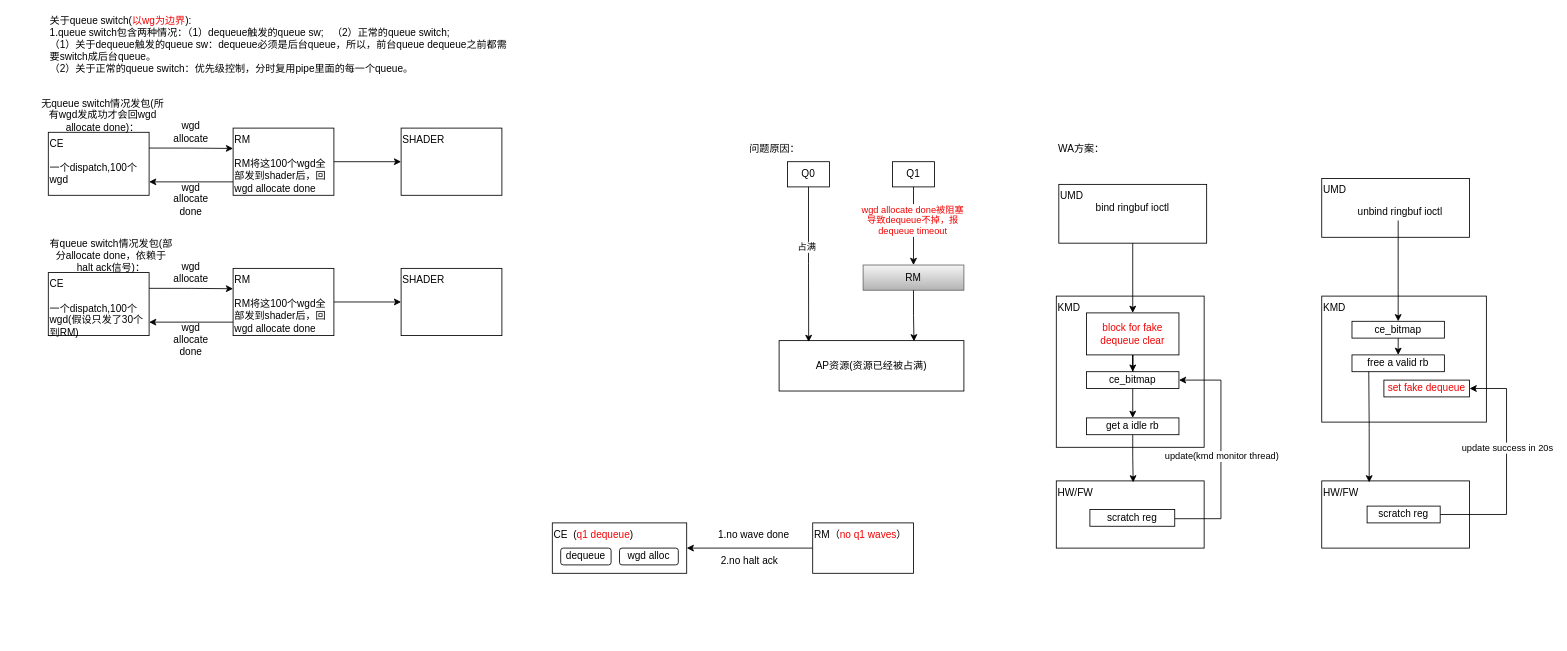
Earlier version of the draw.io diagram FAKE DEQUEUE.drawio (denglin12315/drawio_repo). Source tidied: cells renumbered, new cells numbered last; positions are measured from the earlier drawing's top-left corner, leaving out a move shared by most shapes. Both pictures are drawn from the tidied source at 84%, with x=0, y=0 at pixel (39, 44).
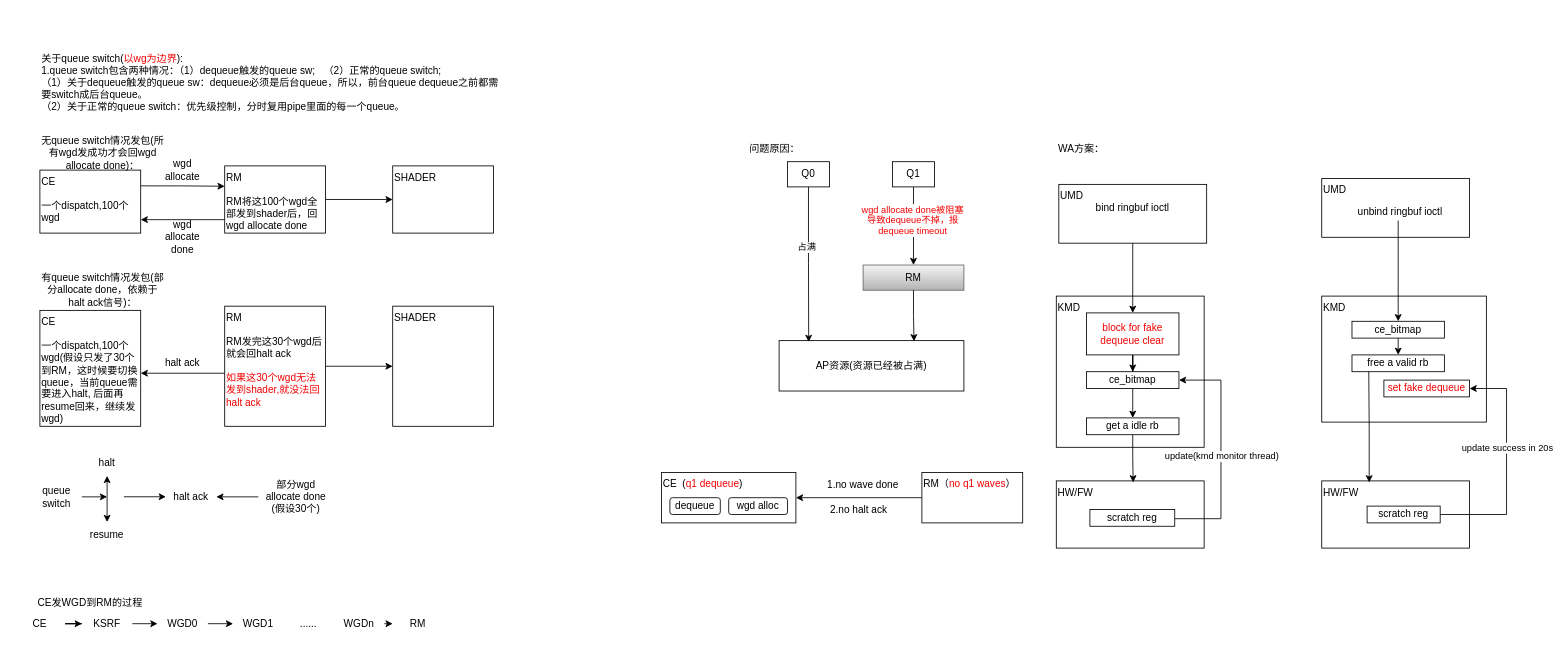
Above is the later version.

Change to the diagram source:
```diff
@@
     <mxCell id="37" value="CE&amp;nbsp; (&lt;font style=&quot;color: rgb(242, 2, 2);&quot;&gt;q1 dequeue&lt;/font&gt;)" style="rounded=0;whiteSpace=wrap;html=1;verticalAlign=top;align=left;" parent="1" vertex="1">
-      <mxGeometry x="610" y="570" width="160" height="60" as="geometry" />
+      <mxGeometry x="740" y="510" width="160" height="60" as="geometry" />
     </mxCell>
@@
     <mxCell id="39" value="RM（&lt;font style=&quot;color: rgb(242, 2, 2);&quot;&gt;no q1 waves&lt;/font&gt;）" style="rounded=0;whiteSpace=wrap;html=1;verticalAlign=top;align=left;" parent="1" vertex="1">
-      <mxGeometry x="920" y="570" width="120" height="60" as="geometry" />
+      <mxGeometry x="1050" y="510" width="120" height="60" as="geometry" />
     </mxCell>
     <mxCell id="40" value="wgd alloc" style="rounded=1;whiteSpace=wrap;html=1;" parent="1" vertex="1">
-      <mxGeometry x="690" y="600" width="70" height="20" as="geometry" />
+      <mxGeometry x="820" y="540" width="70" height="20" as="geometry" />
     </mxCell>
     <mxCell id="41" value="dequeue" style="rounded=1;whiteSpace=wrap;html=1;" parent="1" vertex="1">
-      <mxGeometry x="620" y="600" width="60" height="20" as="geometry" />
+      <mxGeometry x="750" y="540" width="60" height="20" as="geometry" />
     </mxCell>
     <mxCell id="42" value="1.no wave done" style="text;html=1;align=center;verticalAlign=middle;whiteSpace=wrap;rounded=0;" parent="1" vertex="1">
-      <mxGeometry x="800" y="570" width="100" height="30" as="geometry" />
+      <mxGeometry x="930" y="510" width="100" height="30" as="geometry" />
     </mxCell>
     <mxCell id="43" value="2.no halt ack" style="text;html=1;align=center;verticalAlign=middle;whiteSpace=wrap;rounded=0;" parent="1" vertex="1">
-      <mxGeometry x="800" y="600" width="90" height="30" as="geometry" />
+      <mxGeometry x="930" y="540" width="90" height="30" as="geometry" />
     </mxCell>
@@
     <mxCell id="48" value="CE&lt;div&gt;&lt;br&gt;&lt;/div&gt;&lt;div&gt;一个dispatch,100个wgd&lt;/div&gt;" style="rounded=0;whiteSpace=wrap;html=1;align=left;verticalAlign=top;" parent="1" vertex="1">
-      <mxGeometry x="10" y="105" width="120" height="75" as="geometry" />
+      <mxGeometry y="150" width="120" height="75" as="geometry" />
     </mxCell>
     <mxCell id="49" style="edgeStyle=orthogonalEdgeStyle;rounded=0;orthogonalLoop=1;jettySize=auto;html=1;exitX=0;exitY=0.5;exitDx=0;exitDy=0;entryX=1;entryY=0.5;entryDx=0;entryDy=0;" parent="1" edge="1">
       <mxGeometry relative="1" as="geometry">
-        <mxPoint x="230" y="164" as="sourcePoint" />
-        <mxPoint x="130" y="164" as="targetPoint" />
+        <mxPoint x="220" y="209" as="sourcePoint" />
+        <mxPoint x="120" y="209" as="targetPoint" />
       </mxGeometry>
     </mxCell>
@@
     <mxCell id="51" value="RM&lt;div&gt;&lt;br&gt;&lt;/div&gt;&lt;div&gt;RM将这100个wgd全部发到shader后，回wgd allocate done&lt;/div&gt;" style="rounded=0;whiteSpace=wrap;html=1;align=left;verticalAlign=top;" parent="1" vertex="1">
-      <mxGeometry x="230" y="100" width="120" height="80" as="geometry" />
+      <mxGeometry x="220" y="145" width="120" height="80" as="geometry" />
     </mxCell>
     <mxCell id="52" value="wgd allocate done" style="text;html=1;align=center;verticalAlign=middle;whiteSpace=wrap;rounded=0;" parent="1" vertex="1">
-      <mxGeometry x="150" y="170" width="60" height="30" as="geometry" />
+      <mxGeometry x="140" y="215" width="60" height="30" as="geometry" />
     </mxCell>
     <mxCell id="53" value="SHADER" style="rounded=0;whiteSpace=wrap;html=1;align=left;verticalAlign=top;" parent="1" vertex="1">
-      <mxGeometry x="430" y="100" width="120" height="80" as="geometry" />
+      <mxGeometry x="420" y="145" width="120" height="80" as="geometry" />
     </mxCell>
     <mxCell id="54" value="wgd allocate" style="text;html=1;align=center;verticalAlign=middle;whiteSpace=wrap;rounded=0;" parent="1" vertex="1">
-      <mxGeometry x="150" y="90" width="60" height="30" as="geometry" />
+      <mxGeometry x="140" y="135" width="60" height="30" as="geometry" />
     </mxCell>
     <mxCell id="55" value="无queue switch情况发包(所有wgd发成功才会回wgd allocate done)：" style="text;html=1;align=center;verticalAlign=middle;whiteSpace=wrap;rounded=0;" parent="1" vertex="1">
-      <mxGeometry y="70" width="150" height="30" as="geometry" />
+      <mxGeometry y="115" width="150" height="30" as="geometry" />
     </mxCell>
     <mxCell id="56" value="&lt;div&gt;关于queue switch(&lt;font style=&quot;color: rgb(242, 2, 2);&quot;&gt;以wg为边界&lt;/font&gt;):&lt;/div&gt;&lt;div&gt;1.queue switch包含两种情况：（1）dequeue触发的queue sw;&amp;nbsp; &amp;nbsp;（2）正常的queue switch;&lt;/div&gt;（1）关于dequeue触发的queue sw：dequeue必须是后台queue，所以，前台queue dequeue之前都需要switch成后台queue。&lt;div&gt;（2）关于&lt;span style=&quot;background-color: transparent; color: light-dark(rgb(0, 0, 0), rgb(255, 255, 255));&quot;&gt;正常的queue switch：优先级控制，分时复用pipe里面的每一个queue。&lt;/span&gt;&lt;/div&gt;" style="text;html=1;align=left;verticalAlign=middle;whiteSpace=wrap;rounded=0;" parent="1" vertex="1">
-      <mxGeometry x="10" width="550" as="geometry" />
+      <mxGeometry y="45" width="550" as="geometry" />
     </mxCell>
-    <mxCell id="57" style="edgeStyle=orthogonalEdgeStyle;rounded=0;jettySize=auto;html=1;exitX=1;exitY=0.25;exitDx=0;exitDy=0;entryX=0;entryY=0.303;entryDx=0;entryDy=0;entryPerimeter=0;" parent="1" edge="1" source="58" target="61">
-      <mxGeometry relative="1" as="geometry" />
-    </mxCell>
-    <mxCell id="58" value="CE&lt;div&gt;&lt;br&gt;&lt;/div&gt;&lt;div&gt;一个dispatch,100个wgd(假设只发了30个到RM)&lt;/div&gt;" style="rounded=0;whiteSpace=wrap;html=1;align=left;verticalAlign=top;" parent="1" vertex="1">
-      <mxGeometry x="10" y="272" width="120" height="75" as="geometry" />
+    <mxCell id="58" value="CE&lt;div&gt;&lt;br&gt;&lt;/div&gt;&lt;div&gt;一个dispatch,100个wgd(假设只发了30个到RM，这时候要切换queue，当前queue需要进入halt, 后面再resume回来，继续发wgd)&lt;/div&gt;" style="rounded=0;whiteSpace=wrap;html=1;align=left;verticalAlign=top;" parent="1" vertex="1">
+      <mxGeometry y="317" width="120" height="138" as="geometry" />
     </mxCell>
     <mxCell id="59" style="edgeStyle=orthogonalEdgeStyle;rounded=0;orthogonalLoop=1;jettySize=auto;html=1;exitX=0;exitY=0.5;exitDx=0;exitDy=0;entryX=1;entryY=0.5;entryDx=0;entryDy=0;" parent="1" edge="1">
       <mxGeometry relative="1" as="geometry">
-        <mxPoint x="230" y="331" as="sourcePoint" />
-        <mxPoint x="130" y="331" as="targetPoint" />
+        <mxPoint x="220" y="391.8" as="sourcePoint" />
+        <mxPoint x="120" y="391.8" as="targetPoint" />
       </mxGeometry>
     </mxCell>
@@
-    <mxCell id="61" value="RM&lt;div&gt;&lt;br&gt;&lt;/div&gt;&lt;div&gt;RM将这100个wgd全部发到shader后，回wgd allocate done&lt;/div&gt;" style="rounded=0;whiteSpace=wrap;html=1;align=left;verticalAlign=top;" parent="1" vertex="1">
-      <mxGeometry x="230" y="267" width="120" height="80" as="geometry" />
+    <mxCell id="61" value="RM&lt;div&gt;&lt;br&gt;&lt;/div&gt;&lt;div&gt;RM发完这30个wgd后就会回halt ack&lt;/div&gt;&lt;div&gt;&lt;br&gt;&lt;/div&gt;&lt;div&gt;&lt;font style=&quot;color: rgb(242, 2, 2);&quot;&gt;如果这30个wgd无法发到shader,就没法回halt ack&lt;/font&gt;&lt;/div&gt;" style="rounded=0;whiteSpace=wrap;html=1;align=left;verticalAlign=top;" parent="1" vertex="1">
+      <mxGeometry x="220" y="312" width="120" height="143" as="geometry" />
     </mxCell>
-    <mxCell id="62" value="wgd allocate done" style="text;html=1;align=center;verticalAlign=middle;whiteSpace=wrap;rounded=0;" parent="1" vertex="1">
-      <mxGeometry x="150" y="337" width="60" height="30" as="geometry" />
-    </mxCell>
     <mxCell id="63" value="SHADER" style="rounded=0;whiteSpace=wrap;html=1;align=left;verticalAlign=top;" parent="1" vertex="1">
-      <mxGeometry x="430" y="267" width="120" height="80" as="geometry" />
+      <mxGeometry x="420" y="312" width="120" height="143" as="geometry" />
     </mxCell>
-    <mxCell id="64" value="wgd allocate" style="text;html=1;align=center;verticalAlign=middle;whiteSpace=wrap;rounded=0;" parent="1" vertex="1">
-      <mxGeometry x="150" y="257" width="60" height="30" as="geometry" />
-    </mxCell>
     <mxCell id="65" value="有queue switch情况发包(部分allocate done，依赖于halt ack信号)：" style="text;html=1;align=center;verticalAlign=middle;whiteSpace=wrap;rounded=0;" parent="1" vertex="1">
-      <mxGeometry x="10" y="237" width="150" height="30" as="geometry" />
+      <mxGeometry y="278" width="150" height="30" as="geometry" />
     </mxCell>
+    <mxCell id="66" value="halt ack" style="text;html=1;align=center;verticalAlign=middle;whiteSpace=wrap;rounded=0;" parent="1" vertex="1">
+      <mxGeometry x="140" y="365" width="60" height="30" as="geometry" />
+    </mxCell>
+    <mxCell id="67" value="halt" style="text;html=1;align=center;verticalAlign=middle;whiteSpace=wrap;rounded=0;" parent="1" vertex="1">
+      <mxGeometry x="50" y="484" width="60" height="30" as="geometry" />
+    </mxCell>
+    <mxCell id="68" value="resume" style="text;html=1;align=center;verticalAlign=middle;whiteSpace=wrap;rounded=0;" parent="1" vertex="1">
+      <mxGeometry x="50" y="569" width="60" height="30" as="geometry" />
+    </mxCell>
+    <mxCell id="69" style="endArrow=classic;startArrow=classic;html=1;rounded=0;entryX=0.5;entryY=1;entryDx=0;entryDy=0;" parent="1" edge="1" source="68" target="67">
+      <mxGeometry relative="1" as="geometry" />
+    </mxCell>
+    <mxCell id="70" value="queue switch" style="text;html=1;align=center;verticalAlign=middle;whiteSpace=wrap;rounded=0;" parent="1" vertex="1">
+      <mxGeometry x="-10" y="524" width="60" height="30" as="geometry" />
+    </mxCell>
+    <mxCell id="71" style="endArrow=classic;html=1;rounded=0;exitX=1;exitY=0.5;exitDx=0;exitDy=0;" parent="1" edge="1" source="70">
+      <mxGeometry relative="1" as="geometry">
+        <mxPoint x="80" y="539" as="targetPoint" />
+      </mxGeometry>
+    </mxCell>
+    <mxCell id="72" style="endArrow=classic;html=1;rounded=0;" parent="1" edge="1">
+      <mxGeometry relative="1" as="geometry">
+        <mxPoint x="100" y="538.9" as="sourcePoint" />
+        <mxPoint x="150" y="538.9" as="targetPoint" />
+      </mxGeometry>
+    </mxCell>
+    <mxCell id="73" value="halt ack" style="text;html=1;align=center;verticalAlign=middle;whiteSpace=wrap;rounded=0;" parent="1" vertex="1">
+      <mxGeometry x="150" y="524" width="60" height="30" as="geometry" />
+    </mxCell>
+    <mxCell id="74" style="endArrow=classic;html=1;rounded=0;entryX=1;entryY=0.5;entryDx=0;entryDy=0;" parent="1" edge="1" target="73">
+      <mxGeometry relative="1" as="geometry">
+        <mxPoint x="260" y="539" as="sourcePoint" />
+      </mxGeometry>
+    </mxCell>
+    <mxCell id="75" value="部分wgd allocate done&lt;div&gt;(假设30个)&lt;/div&gt;" style="text;html=1;align=center;verticalAlign=middle;whiteSpace=wrap;rounded=0;" parent="1" vertex="1">
+      <mxGeometry x="260" y="524" width="90" height="30" as="geometry" />
+    </mxCell>
+    <mxCell id="76" style="edgeStyle=orthogonalEdgeStyle;rounded=0;jettySize=auto;html=1;exitX=1;exitY=0.5;exitDx=0;exitDy=0;" parent="1" edge="1" source="77" target="80">
+      <mxGeometry relative="1" as="geometry" />
+    </mxCell>
+    <mxCell id="77" value="CE" style="text;html=1;align=center;verticalAlign=middle;whiteSpace=wrap;rounded=0;" parent="1" vertex="1">
+      <mxGeometry x="-30" y="675" width="60" height="30" as="geometry" />
+    </mxCell>
+    <mxCell id="78" value="RM" style="text;html=1;align=center;verticalAlign=middle;whiteSpace=wrap;rounded=0;" parent="1" vertex="1">
+      <mxGeometry x="420" y="675" width="60" height="30" as="geometry" />
+    </mxCell>
+    <mxCell id="79" style="edgeStyle=orthogonalEdgeStyle;rounded=0;jettySize=auto;html=1;exitX=1;exitY=0.5;exitDx=0;exitDy=0;entryX=0;entryY=0.5;entryDx=0;entryDy=0;" parent="1" edge="1" source="80" target="82">
+      <mxGeometry relative="1" as="geometry" />
+    </mxCell>
+    <mxCell id="80" value="KSRF" style="text;html=1;align=center;verticalAlign=middle;whiteSpace=wrap;rounded=0;" parent="1" vertex="1">
+      <mxGeometry x="50" y="675" width="60" height="30" as="geometry" />
+    </mxCell>
+    <mxCell id="81" style="edgeStyle=orthogonalEdgeStyle;rounded=0;jettySize=auto;html=1;exitX=1;exitY=0.5;exitDx=0;exitDy=0;entryX=0;entryY=0.5;entryDx=0;entryDy=0;" parent="1" edge="1" source="82" target="83">
+      <mxGeometry relative="1" as="geometry" />
+    </mxCell>
+    <mxCell id="82" value="WGD0" style="text;html=1;align=center;verticalAlign=middle;whiteSpace=wrap;rounded=0;" parent="1" vertex="1">
+      <mxGeometry x="140" y="675" width="60" height="30" as="geometry" />
+    </mxCell>
+    <mxCell id="83" value="WGD1" style="text;html=1;align=center;verticalAlign=middle;whiteSpace=wrap;rounded=0;" parent="1" vertex="1">
+      <mxGeometry x="230" y="675" width="60" height="30" as="geometry" />
+    </mxCell>
+    <mxCell id="84" style="edgeStyle=orthogonalEdgeStyle;rounded=0;jettySize=auto;html=1;exitX=1;exitY=0.5;exitDx=0;exitDy=0;entryX=0;entryY=0.5;entryDx=0;entryDy=0;" parent="1" edge="1" source="85" target="78">
+      <mxGeometry relative="1" as="geometry" />
+    </mxCell>
+    <mxCell id="85" value="WGDn" style="text;html=1;align=center;verticalAlign=middle;whiteSpace=wrap;rounded=0;" parent="1" vertex="1">
+      <mxGeometry x="350" y="675" width="60" height="30" as="geometry" />
+    </mxCell>
+    <mxCell id="86" value="......" style="text;html=1;align=center;verticalAlign=middle;whiteSpace=wrap;rounded=0;" parent="1" vertex="1">
+      <mxGeometry x="290" y="675" width="60" height="30" as="geometry" />
+    </mxCell>
+    <mxCell id="87" value="CE发WGD到RM的过程" style="text;html=1;align=center;verticalAlign=middle;whiteSpace=wrap;rounded=0;" parent="1" vertex="1">
+      <mxGeometry x="-20" y="645" width="160" height="40" as="geometry" />
+    </mxCell>
```
